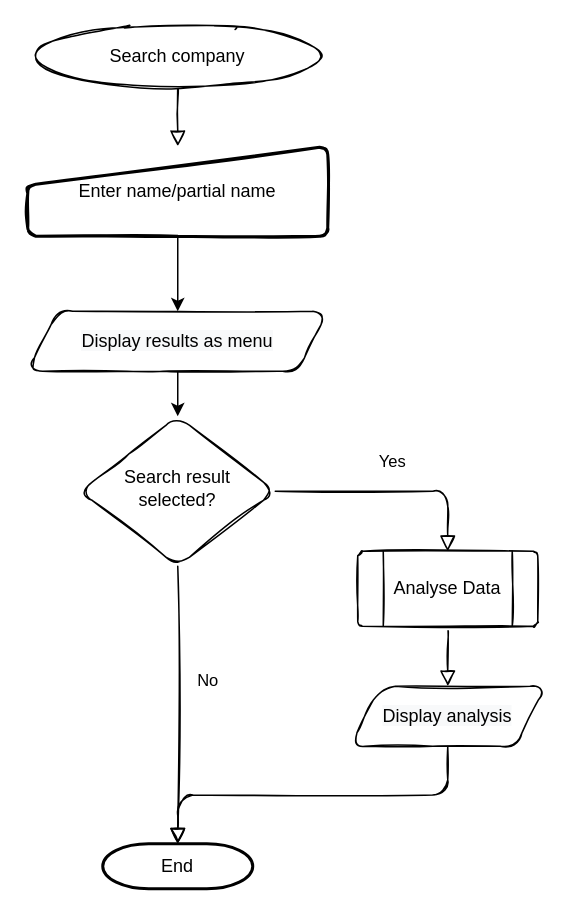
The draw.io diagram page "search-company" (4 of 5) of design/analastock.drawio in ibuttimer/analastock, before the edit. Source tidied: cells renumbered, new cells numbered last; positions are measured from the earlier drawing's top-left corner, leaving out a move shared by most shapes. Both pictures are drawn from the tidied source at 150%, with x=0, y=0 at pixel (27, 26).
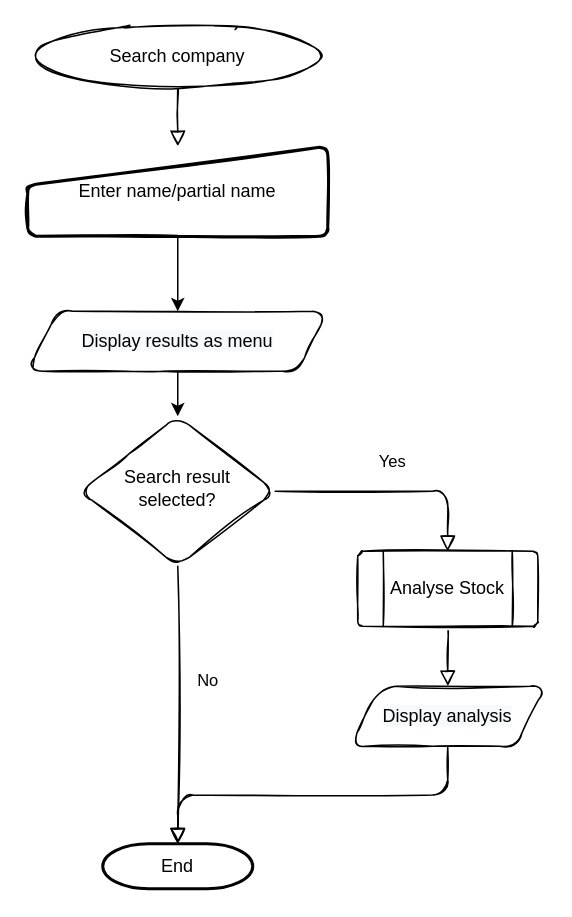
The same page after the edit.

The edit, as a diff of the source:
```diff
@@
 <mxGraphModel>
   <root>
     <mxCell id="0" />
     <mxCell id="1" parent="0" />
     <mxCell id="2" style="edgeStyle=orthogonalEdgeStyle;rounded=1;sketch=1;jettySize=auto;html=1;endArrow=block;endFill=0;endSize=8;" parent="1" edge="1" source="3" target="5">
       <mxGeometry relative="1" as="geometry" />
     </mxCell>
     <mxCell id="3" value="Search company" style="ellipse;whiteSpace=wrap;html=1;rounded=1;sketch=1;" parent="1" vertex="1">
       <mxGeometry width="200" height="40" as="geometry" />
     </mxCell>
     <mxCell id="4" style="edgeStyle=orthogonalEdgeStyle;rounded=0;jettySize=auto;html=1;" parent="1" edge="1" source="5" target="7">
       <mxGeometry relative="1" as="geometry" />
     </mxCell>
     <mxCell id="5" value="Enter name/partial name" style="html=1;strokeWidth=2;shape=manualInput;whiteSpace=wrap;rounded=1;size=26;arcSize=11;sketch=1;" parent="1" vertex="1">
       <mxGeometry y="80" width="200" height="60" as="geometry" />
     </mxCell>
     <mxCell id="6" style="edgeStyle=orthogonalEdgeStyle;rounded=0;jettySize=auto;html=1;" parent="1" edge="1" source="7" target="10">
       <mxGeometry relative="1" as="geometry" />
     </mxCell>
     <mxCell id="7" value="&lt;span style=&quot;color: rgb(0, 0, 0); font-family: Helvetica; font-size: 12px; font-style: normal; font-variant-ligatures: normal; font-variant-caps: normal; font-weight: 400; letter-spacing: normal; orphans: 2; text-align: center; text-indent: 0px; text-transform: none; widows: 2; word-spacing: 0px; -webkit-text-stroke-width: 0px; background-color: rgb(248, 249, 250); text-decoration-thickness: initial; text-decoration-style: initial; text-decoration-color: initial; float: none; display: inline !important;&quot;&gt;Display results as menu&lt;/span&gt;" style="shape=parallelogram;perimeter=parallelogramPerimeter;whiteSpace=wrap;html=1;fixedSize=1;rounded=1;sketch=1;" parent="1" vertex="1">
       <mxGeometry y="190" width="200" height="40" as="geometry" />
     </mxCell>
     <mxCell id="8" value="Yes" style="html=1;jettySize=auto;fontSize=11;endArrow=block;endFill=0;endSize=8;strokeWidth=1;shadow=0;labelBackgroundColor=none;edgeStyle=orthogonalEdgeStyle;rounded=1;sketch=1;entryX=0.5;entryY=0;entryDx=0;entryDy=0;" parent="1" edge="1" source="10" target="14">
       <mxGeometry y="20" relative="1" as="geometry">
         <Array as="points">
           <mxPoint x="280" y="310" />
         </Array>
       </mxGeometry>
     </mxCell>
     <mxCell id="9" value="No" style="edgeStyle=orthogonalEdgeStyle;jettySize=auto;fontSize=11;endArrow=block;endFill=0;endSize=8;strokeWidth=1;shadow=0;labelBackgroundColor=none;rounded=1;sketch=1;html=1;exitX=0.5;exitY=1;exitDx=0;exitDy=0;entryX=0.5;entryY=0;entryDx=0;entryDy=0;entryPerimeter=0;" parent="1" edge="1" source="10" target="15">
       <mxGeometry x="-0.18" y="20" relative="1" as="geometry" />
     </mxCell>
     <mxCell id="10" value="Search result&lt;br&gt;selected?" style="rhombus;whiteSpace=wrap;html=1;shadow=0;fontFamily=Helvetica;fontSize=12;align=center;strokeWidth=1;spacing=6;spacingTop=-4;rounded=1;sketch=1;" parent="1" vertex="1">
       <mxGeometry x="35" y="260" width="130" height="100" as="geometry" />
     </mxCell>
     <mxCell id="11" style="edgeStyle=orthogonalEdgeStyle;rounded=1;sketch=1;jettySize=auto;html=1;exitX=0.5;exitY=1;exitDx=0;exitDy=0;endArrow=block;endFill=0;endSize=8;entryX=0.5;entryY=0;entryDx=0;entryDy=0;entryPerimeter=0;" parent="1" edge="1" source="12" target="15">
       <mxGeometry relative="1" as="geometry" />
     </mxCell>
     <mxCell id="12" value="&lt;span style=&quot;color: rgb(0, 0, 0); font-family: Helvetica; font-size: 12px; font-style: normal; font-variant-ligatures: normal; font-variant-caps: normal; font-weight: 400; letter-spacing: normal; orphans: 2; text-align: center; text-indent: 0px; text-transform: none; widows: 2; word-spacing: 0px; -webkit-text-stroke-width: 0px; background-color: rgb(248, 249, 250); text-decoration-thickness: initial; text-decoration-style: initial; text-decoration-color: initial; float: none; display: inline !important;&quot;&gt;Display analysis&lt;/span&gt;" style="shape=parallelogram;perimeter=parallelogramPerimeter;whiteSpace=wrap;html=1;fixedSize=1;rounded=1;sketch=1;" parent="1" vertex="1">
       <mxGeometry x="215" y="440" width="130" height="40" as="geometry" />
     </mxCell>
     <mxCell id="13" style="edgeStyle=orthogonalEdgeStyle;rounded=1;sketch=1;jettySize=auto;html=1;endArrow=block;endFill=0;endSize=8;" parent="1" edge="1" source="14" target="12">
       <mxGeometry relative="1" as="geometry" />
     </mxCell>
-    <mxCell id="14" value="Analyse Data" style="verticalLabelPosition=middle;verticalAlign=middle;html=1;shape=process;whiteSpace=wrap;rounded=1;size=0.14;arcSize=6;sketch=1;labelPosition=center;align=center;" parent="1" vertex="1">
+    <mxCell id="14" value="Analyse Stock" style="verticalLabelPosition=middle;verticalAlign=middle;html=1;shape=process;whiteSpace=wrap;rounded=1;size=0.14;arcSize=6;sketch=1;labelPosition=center;align=center;" parent="1" vertex="1">
       <mxGeometry x="220" y="350" width="120" height="50" as="geometry" />
     </mxCell>
     <mxCell id="15" value="End" style="strokeWidth=2;html=1;shape=mxgraph.flowchart.terminator;whiteSpace=wrap;" parent="1" vertex="1">
       <mxGeometry x="50" y="545" width="100" height="30" as="geometry" />
     </mxCell>
   </root>
 </mxGraphModel>
```
